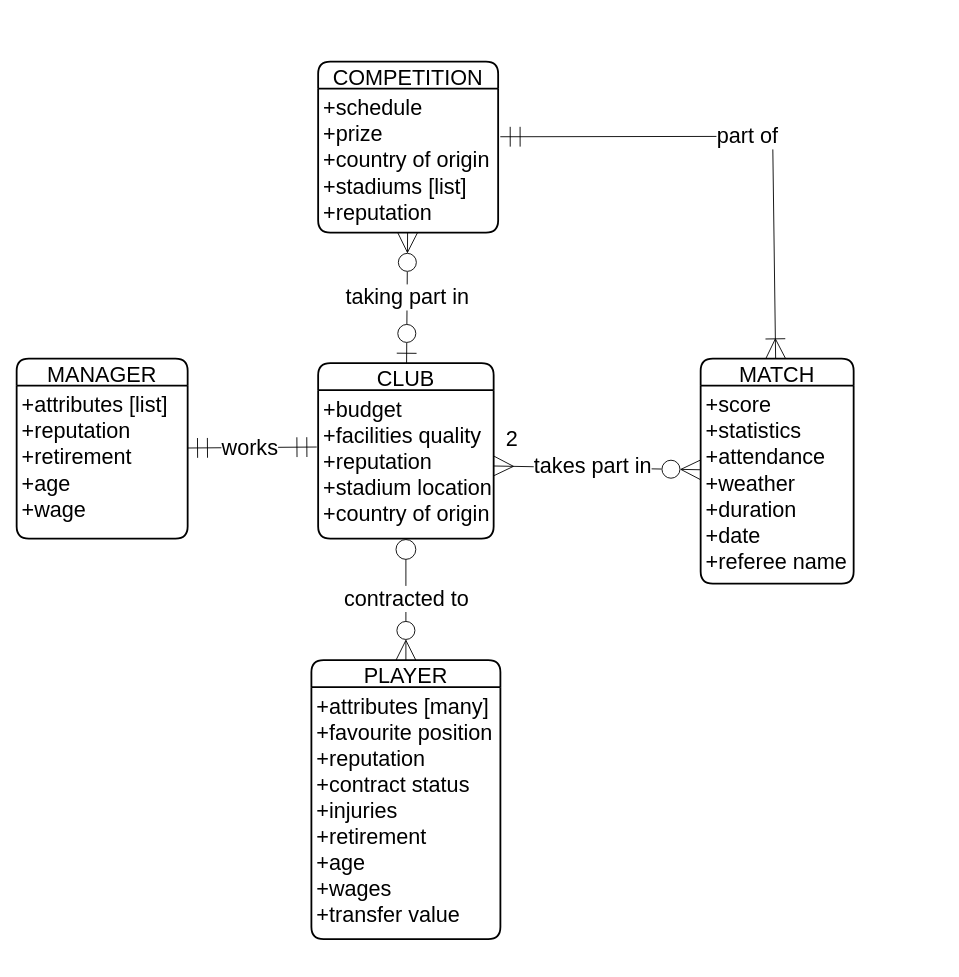
Before: er-diagram/er-diagram.drawio in kuchyx/EDABA-LAB, a draw.io diagram. Source tidied: cells renumbered, new cells numbered last; positions are measured from the earlier drawing's top-left corner, leaving out a move shared by most shapes. Both pictures are drawn from the tidied source at 90%, with x=0, y=0 at pixel (16, 61).
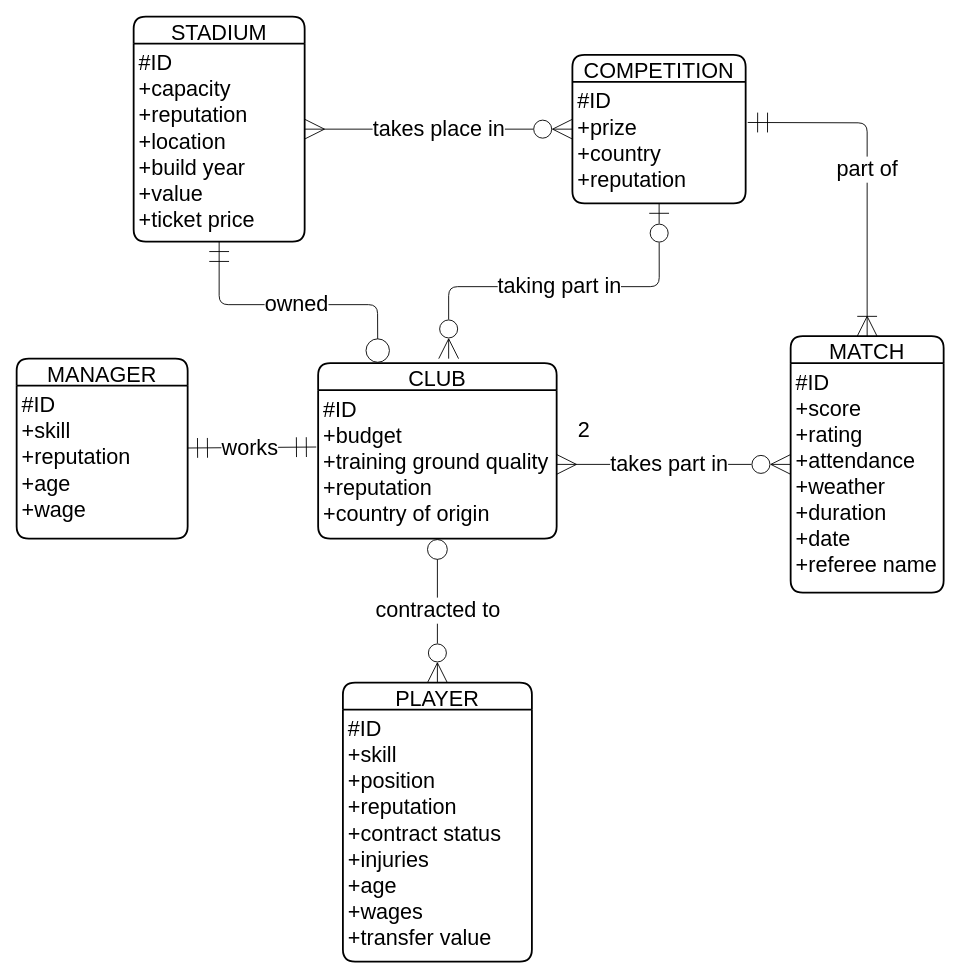
After the change.

The change refers to these unchanged cells:
```xml
<mxCell id="12" value="MANAGER" style="swimlane;horizontal=1;startSize=30;rounded=1;fontSize=24;fontStyle=0;strokeWidth=2;shadow=0;dashed=0;align=center;" parent="1" vertex="1">
  <mxGeometry y="330" width="190" height="200" as="geometry" />
</mxCell>
```

The edit, as a diff of the source:
```diff
@@
     <mxCell id="3" value="PLAYER" style="swimlane;horizontal=1;startSize=30;rounded=1;fontSize=24;fontStyle=0;strokeWidth=2;shadow=0;dashed=0;align=center;" parent="1" vertex="1">
-      <mxGeometry x="327.5" y="665" width="210" height="310" as="geometry" />
+      <mxGeometry x="362.5" y="690" width="210" height="310" as="geometry" />
     </mxCell>
-    <mxCell id="4" value="+attributes [many] &#10;+favourite position&#10;+reputation&#10;+contract status&#10;+injuries&#10;+retirement&#10;+age&#10;+wages&#10;+transfer value" style="align=left;strokeColor=none;fillColor=none;spacingLeft=4;fontSize=24;verticalAlign=top;" parent="3" vertex="1">
+    <mxCell id="4" value="#ID&#10;+skill&#10;+position&#10;+reputation&#10;+contract status&#10;+injuries&#10;+age&#10;+wages&#10;+transfer value" style="align=left;strokeColor=none;fillColor=none;spacingLeft=4;fontSize=24;verticalAlign=top;" parent="3" vertex="1">
       <mxGeometry y="30" width="210" height="280" as="geometry" />
     </mxCell>
-    <mxCell id="5" value="taking part in" style="edgeStyle=none;html=1;startArrow=ERzeroToOne;startFill=0;endArrow=ERzeroToMany;endFill=0;startSize=20;endSize=20;fontSize=24;" parent="1" edge="1" source="6" target="15">
-      <mxGeometry relative="1" as="geometry" />
+    <mxCell id="5" value="taking part in" style="edgeStyle=none;html=1;startArrow=ERzeroToMany;startFill=0;endArrow=ERzeroToOne;endFill=0;startSize=20;endSize=20;fontSize=24;" parent="1" edge="1" target="15">
+      <mxGeometry relative="1" as="geometry">
+        <mxPoint x="480" y="330" as="sourcePoint" />
+        <Array as="points">
+          <mxPoint x="480" y="250" />
+          <mxPoint x="714" y="250" />
+        </Array>
+      </mxGeometry>
     </mxCell>
     <mxCell id="6" value="CLUB" style="swimlane;horizontal=1;startSize=30;rounded=1;fontSize=24;fontStyle=0;strokeWidth=2;shadow=0;dashed=0;align=center;" parent="1" vertex="1">
-      <mxGeometry x="335" y="335" width="195" height="195" as="geometry" />
+      <mxGeometry x="335" y="335" width="265" height="195" as="geometry" />
     </mxCell>
-    <mxCell id="7" value="+budget&#10;+facilities quality&#10;+reputation&#10;+stadium location&#10;+country of origin" style="align=left;strokeColor=none;fillColor=none;spacingLeft=4;fontSize=24;verticalAlign=top;" parent="6" vertex="1">
-      <mxGeometry y="30" width="195" height="165" as="geometry" />
+    <mxCell id="7" value="#ID&#10;+budget&#10;+training ground quality&#10;+reputation&#10;+country of origin" style="align=left;strokeColor=none;fillColor=none;spacingLeft=4;fontSize=24;verticalAlign=top;" parent="6" vertex="1">
+      <mxGeometry y="30" width="265" height="165" as="geometry" />
     </mxCell>
     <mxCell id="8" value="part of" style="edgeStyle=none;html=1;entryX=1.012;entryY=0.334;entryDx=0;entryDy=0;entryPerimeter=0;startArrow=ERoneToMany;startFill=0;endArrow=ERmandOne;endFill=0;startSize=20;endSize=20;fontSize=24;" parent="1" edge="1" source="9" target="15">
       <mxGeometry relative="1" as="geometry">
         <Array as="points">
-          <mxPoint x="840" y="83" />
+          <mxPoint x="945" y="68" />
         </Array>
       </mxGeometry>
     </mxCell>
     <mxCell id="9" value="MATCH" style="swimlane;horizontal=1;startSize=30;rounded=1;fontSize=24;fontStyle=0;strokeWidth=2;shadow=0;dashed=0;align=center;" parent="1" vertex="1">
-      <mxGeometry x="760" y="330" width="170" height="250" as="geometry" />
+      <mxGeometry x="860" y="305" width="170" height="285" as="geometry" />
     </mxCell>
-    <mxCell id="10" value="+score&#10;+statistics&#10;+attendance&#10;+weather&#10;+duration&#10;+date&#10;+referee name" style="align=left;strokeColor=none;fillColor=none;spacingLeft=4;fontSize=24;verticalAlign=top;" parent="9" vertex="1">
-      <mxGeometry y="30" width="170" height="220" as="geometry" />
+    <mxCell id="10" value="#ID&#10;+score&#10;+rating&#10;+attendance&#10;+weather&#10;+duration&#10;+date&#10;+referee name" style="align=left;strokeColor=none;fillColor=none;spacingLeft=4;fontSize=24;verticalAlign=top;" parent="9" vertex="1">
+      <mxGeometry y="30" width="170" height="255" as="geometry" />
     </mxCell>
@@
-    <mxCell id="13" value="+attributes [list]&#10;+reputation&#10;+retirement&#10;+age&#10;+wage" style="align=left;strokeColor=none;fillColor=none;spacingLeft=4;fontSize=24;verticalAlign=top;" parent="12" vertex="1">
+    <mxCell id="13" value="#ID&#10;+skill&#10;+reputation&#10;+age&#10;+wage" style="align=left;strokeColor=none;fillColor=none;spacingLeft=4;fontSize=24;verticalAlign=top;" parent="12" vertex="1">
       <mxGeometry y="30" width="190" height="170" as="geometry" />
     </mxCell>
     <mxCell id="14" value="COMPETITION" style="swimlane;horizontal=1;startSize=30;rounded=1;fontSize=24;fontStyle=0;strokeWidth=2;shadow=0;dashed=0;align=center;" parent="1" vertex="1">
-      <mxGeometry x="335" width="200" height="190" as="geometry" />
+      <mxGeometry x="617.5" y="-7.5" width="192.5" height="165" as="geometry" />
     </mxCell>
-    <mxCell id="15" value="+schedule&#10;+prize&#10;+country of origin&#10;+stadiums [list]&#10;+reputation" style="align=left;strokeColor=none;fillColor=none;spacingLeft=4;fontSize=24;verticalAlign=top;" parent="14" vertex="1">
-      <mxGeometry y="30" width="200" height="160" as="geometry" />
+    <mxCell id="15" value="#ID&#10;+prize&#10;+country&#10;+reputation" style="align=left;strokeColor=none;fillColor=none;spacingLeft=4;fontSize=24;verticalAlign=top;" parent="14" vertex="1">
+      <mxGeometry y="30" width="192.5" height="135" as="geometry" />
     </mxCell>
@@
     <mxCell id="17" value="2" style="text;html=1;align=center;verticalAlign=middle;strokeColor=none;fillColor=none;fontSize=24;" parent="1" vertex="1">
-      <mxGeometry x="530" y="400" width="40" height="40" as="geometry" />
+      <mxGeometry x="610" y="390" width="40" height="40" as="geometry" />
     </mxCell>
+    <mxCell id="18" value="takes place in" style="edgeStyle=none;html=1;fontSize=24;startArrow=ERmany;startFill=0;endArrow=ERzeroToMany;endFill=0;startSize=20;endSize=20;" parent="1" edge="1" source="19" target="14">
+      <mxGeometry relative="1" as="geometry" />
+    </mxCell>
+    <mxCell id="19" value="STADIUM" style="swimlane;horizontal=1;startSize=30;rounded=1;fontSize=24;fontStyle=0;strokeWidth=2;shadow=0;dashed=0;align=center;" parent="1" vertex="1">
+      <mxGeometry x="130" y="-50" width="190" height="250" as="geometry" />
+    </mxCell>
+    <mxCell id="20" value="#ID&#10;+capacity&#10;+reputation&#10;+location&#10;+build year&#10;+value&#10;+ticket price" style="align=left;strokeColor=none;fillColor=none;spacingLeft=4;fontSize=24;verticalAlign=top;" parent="19" vertex="1">
+      <mxGeometry y="30" width="190" height="220" as="geometry" />
+    </mxCell>
+    <mxCell id="21" value="owned" style="edgeStyle=none;html=1;endSize=12;startSize=20;startArrow=ERmandOne;startFill=0;endArrow=circle;endFill=0;fontSize=24;entryX=0.25;entryY=0;entryDx=0;entryDy=0;" parent="1" edge="1" source="20" target="6">
+      <mxGeometry relative="1" as="geometry">
+        <Array as="points">
+          <mxPoint x="225" y="270" />
+          <mxPoint x="401" y="270" />
+        </Array>
+      </mxGeometry>
+    </mxCell>
```
